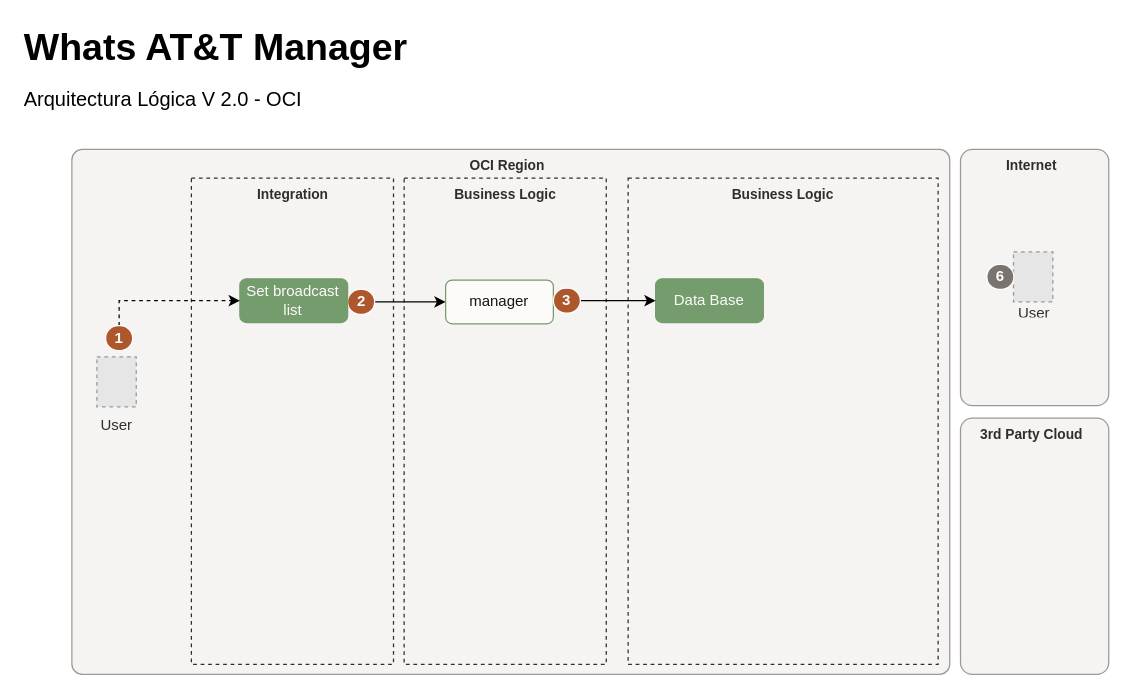
Above: page "Sandbox Logical Oracle" (3 of 7) of WhatsATT Manager.drawio in fhermq/diagrams (draw.io), before the change. Source tidied: cells renumbered, new cells numbered last; positions are measured from the earlier drawing's top-left corner, leaving out a move shared by most shapes. Both pictures are drawn from the tidied source at 125%, with x=0, y=0 at pixel (21, 21). Pictures stored in the file or linked from it are replaced by grey dashed boxes.
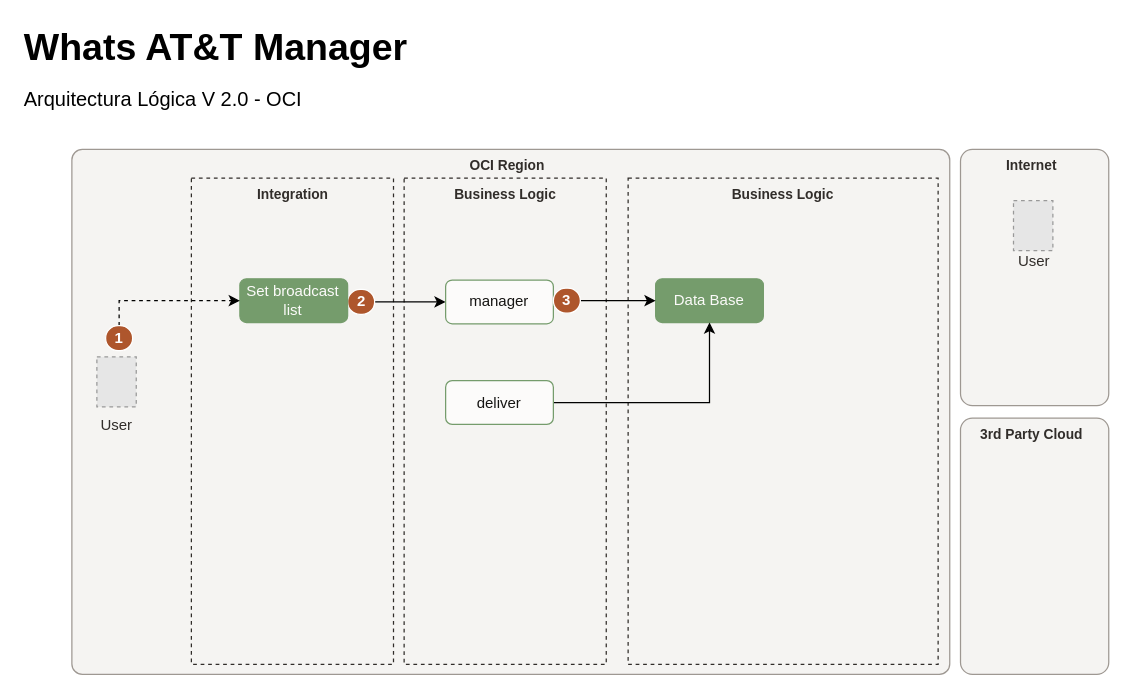
The same diagram, later.

Unchanged cells that the change refers to:
```xml
<mxCell id="12" value="&lt;font color=&quot;#fcfbfa&quot;&gt;Data Base&lt;/font&gt;" style="rounded=1;whiteSpace=wrap;html=1;fillColor=#759C6C;strokeColor=#759C6C;fontFamily=Oracle Sans;fontColor=#312D2A;labelBackgroundColor=none;align=center;" parent="1" vertex="1">
  <mxGeometry x="507" y="205.5" width="86.2" height="35" as="geometry" />
</mxCell>
```

Diff of the diagram source:
```diff
@@
     <mxCell id="13" style="group;" parent="1" vertex="1">
-      <mxGeometry x="787.1" y="184" width="46.3" height="54" as="geometry" />
+      <mxGeometry x="787.1" y="143" width="46.3" height="54" as="geometry" />
     </mxCell>
@@
-    <mxCell id="16" value="&lt;b&gt;&lt;font color=&quot;#ffffff&quot;&gt;6&lt;/font&gt;&lt;/b&gt;" style="rounded=1;whiteSpace=wrap;html=1;fillColor=#7A736E;strokeColor=#FFFFFF;fontColor=#161513;fontFamily=Oracle Sans;labelBackgroundColor=none;align=center;arcSize=50;" parent="1" vertex="1">
-      <mxGeometry x="772" y="194" width="21.6" height="20" as="geometry" />
-    </mxCell>
@@
+    <mxCell id="26" style="edgeStyle=orthogonalEdgeStyle;rounded=0;jettySize=auto;html=1;entryX=0.5;entryY=1;entryDx=0;entryDy=0;" parent="1" edge="1" source="27" target="12">
+      <mxGeometry relative="1" as="geometry" />
+    </mxCell>
+    <mxCell id="27" value="deliver" style="rounded=1;whiteSpace=wrap;html=1;fillColor=#FCFBFA;strokeColor=#759C6C;fontColor=#161513;fontFamily=Oracle Sans;labelBackgroundColor=none;align=center;" parent="1" vertex="1">
+      <mxGeometry x="339" y="287" width="86.2" height="35" as="geometry" />
+    </mxCell>
```
